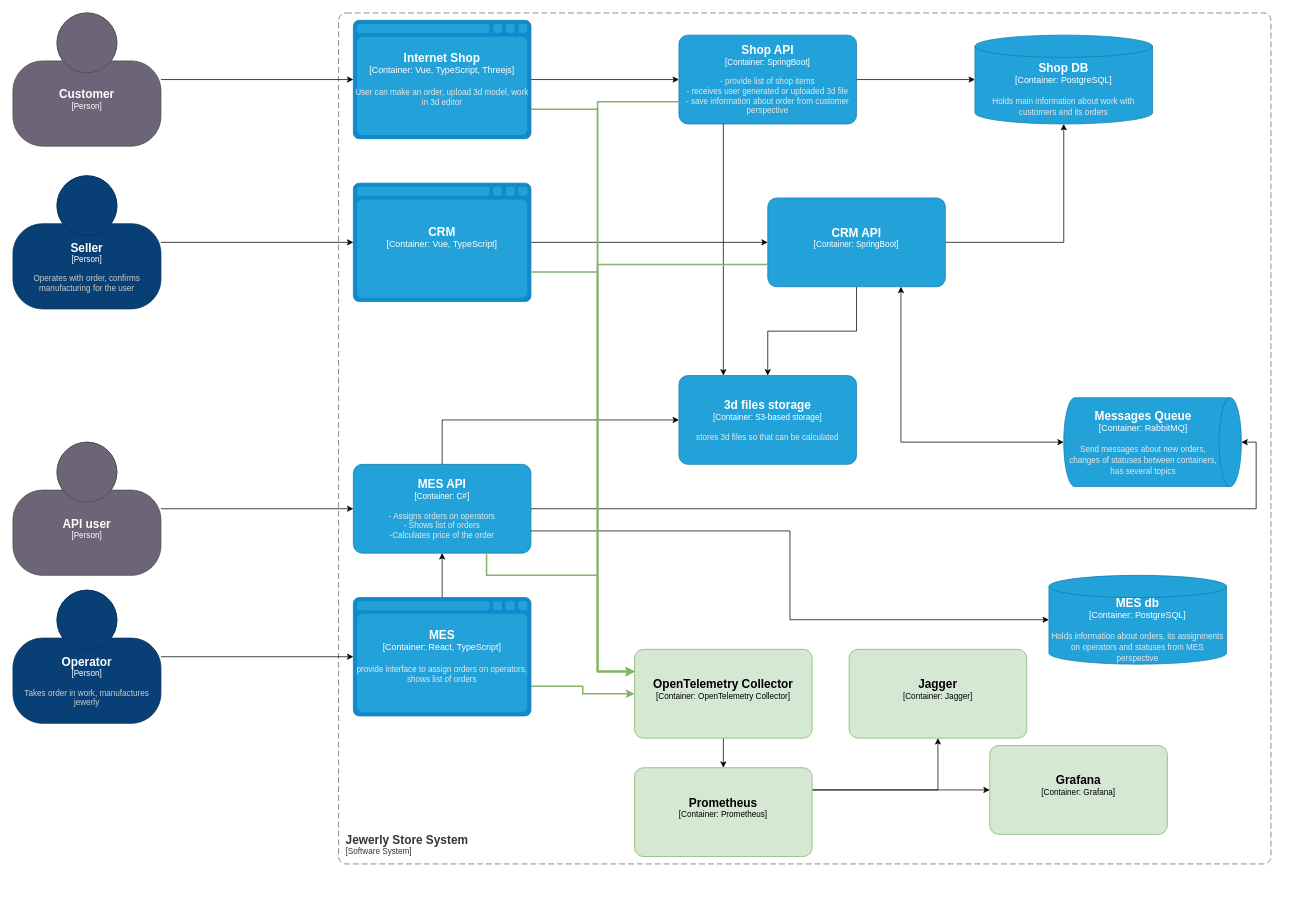
The draw.io diagram page "master" (1 of 2) of Task3/alexandrit-c4-tracing.drawio in AKolmakovV/architecture--alexandrite, before the edit. Source tidied: cells renumbered, new cells numbered last; positions are measured from the earlier drawing's top-left corner, leaving out a move shared by most shapes. Both pictures are drawn from the tidied source at 74%, with x=0, y=0 at pixel (13, 13).
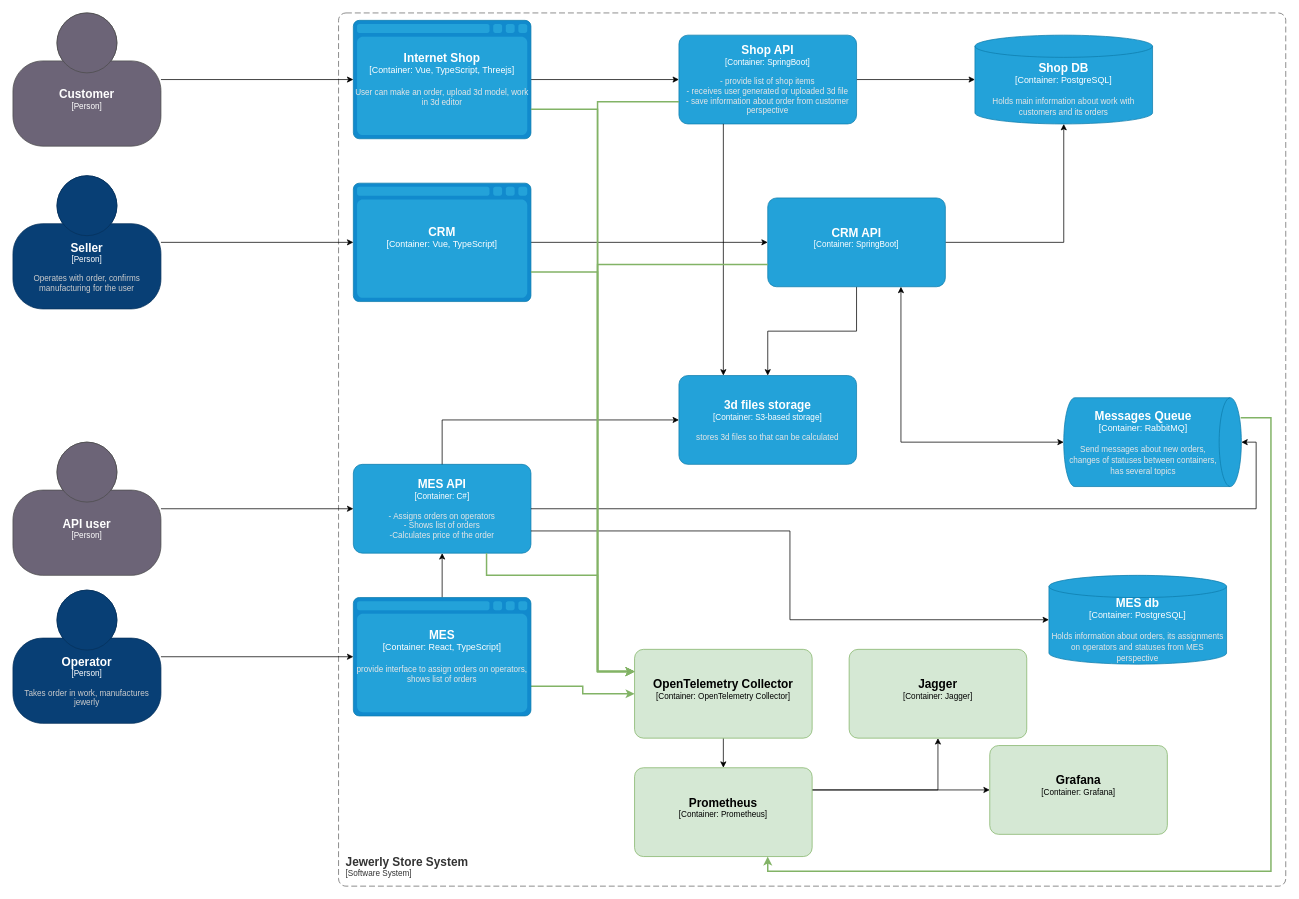
The same page after the edit.

The change refers to these unchanged cells:
```xml
<object id="13" label="&lt;font style=&quot;font-size: 16px&quot;&gt;&lt;b&gt;%c4Name%&lt;/b&gt;&lt;/font&gt;&lt;div&gt;[%c4Type%:&amp;nbsp;%c4Technology%]&lt;/div&gt;&lt;br&gt;&lt;div&gt;&lt;font style=&quot;font-size: 11px&quot;&gt;&lt;font color=&quot;#E6E6E6&quot;&gt;%c4Description%&lt;/font&gt;&lt;/div&gt;" c4Description="Send messages about new orders, changes of statuses between containers, has several topics" c4Name="Messages Queue" c4Technology="RabbitMQ" c4Type="Container" placeholders="1">
  <mxCell style="shape=cylinder3;size=15;direction=south;whiteSpace=wrap;html=1;boundedLbl=1;rounded=0;labelBackgroundColor=none;fillColor=#23A2D9;fontSize=12;fontColor=#ffffff;align=center;strokeColor=#0E7DAD;points=[[0.5,0,0],[1,0.25,0],[1,0.5,0],[1,0.75,0],[0.5,1,0],[0,0.75,0],[0,0.5,0],[0,0.25,0]];" parent="1" vertex="1">
    <mxGeometry x="1420" y="520" width="240" height="120" as="geometry" />
  </mxCell>
</object>
<object id="44" label="&lt;font style=&quot;font-size: 16px&quot;&gt;&lt;b&gt;%c4Name%&lt;/b&gt;&lt;/font&gt;&lt;div&gt;[%c4Type%: %c4Technology%]&lt;/div&gt;&lt;br&gt;&lt;div&gt;&lt;font style=&quot;font-size: 11px&quot;&gt;&lt;font color=&quot;#E6E6E6&quot;&gt;%c4Description%&lt;/font&gt;&lt;/div&gt;" c4Description="" c4Name="Prometheus" c4Technology="Prometheus" c4Type="Container" placeholders="1">
  <mxCell style="rounded=1;whiteSpace=wrap;html=1;fontSize=11;labelBackgroundColor=none;fillColor=#d5e8d4;align=center;arcSize=10;strokeColor=#82b366;points=[[0.25,0,0],[0.5,0,0],[0.75,0,0],[1,0.25,0],[1,0.5,0],[1,0.75,0],[0.75,1,0],[0.5,1,0],[0.25,1,0],[0,0.75,0],[0,0.5,0],[0,0.25,0]];" parent="1" vertex="1">
    <mxGeometry x="840" y="1020" width="240" height="120" as="geometry" />
  </mxCell>
</object>
```

The edit, as a diff of the source:
```diff
@@
     <object id="24" label="&lt;font style=&quot;font-size: 16px&quot;&gt;&lt;b&gt;&lt;div style=&quot;text-align: left&quot;&gt;%c4Name%&lt;/div&gt;&lt;/b&gt;&lt;/font&gt;&lt;div style=&quot;text-align: left&quot;&gt;[%c4Application%]&lt;/div&gt;" c4Application="Software System" c4Name="Jewerly Store System" placeholders="1">
       <mxCell style="rounded=1;fontSize=11;whiteSpace=wrap;html=1;dashed=1;arcSize=20;fillColor=none;strokeColor=#666666;fontColor=#333333;labelBackgroundColor=none;align=left;verticalAlign=bottom;labelBorderColor=none;spacingTop=0;spacing=10;dashPattern=8 4;perimeter=rectanglePerimeter;noLabel=0;labelPadding=0;absoluteArcSize=1;" parent="1" vertex="1">
-        <mxGeometry x="440" width="1260" height="1150" as="geometry" />
+        <mxGeometry x="440" width="1280" height="1180" as="geometry" />
       </mxCell>
     </object>
@@
+    <mxCell id="45" style="edgeStyle=orthogonalEdgeStyle;rounded=0;jettySize=auto;html=1;entryX=0.75;entryY=1;entryDx=0;entryDy=0;entryPerimeter=0;exitX=0.225;exitY=0.004;exitDx=0;exitDy=0;exitPerimeter=0;fillColor=#d5e8d4;strokeColor=#82b366;strokeWidth=2;" parent="1" edge="1" source="13" target="44">
+      <mxGeometry relative="1" as="geometry">
+        <Array as="points">
+          <mxPoint x="1700" y="547" />
+          <mxPoint x="1700" y="1160" />
+          <mxPoint x="1020" y="1160" />
+        </Array>
+      </mxGeometry>
+    </mxCell>
```
